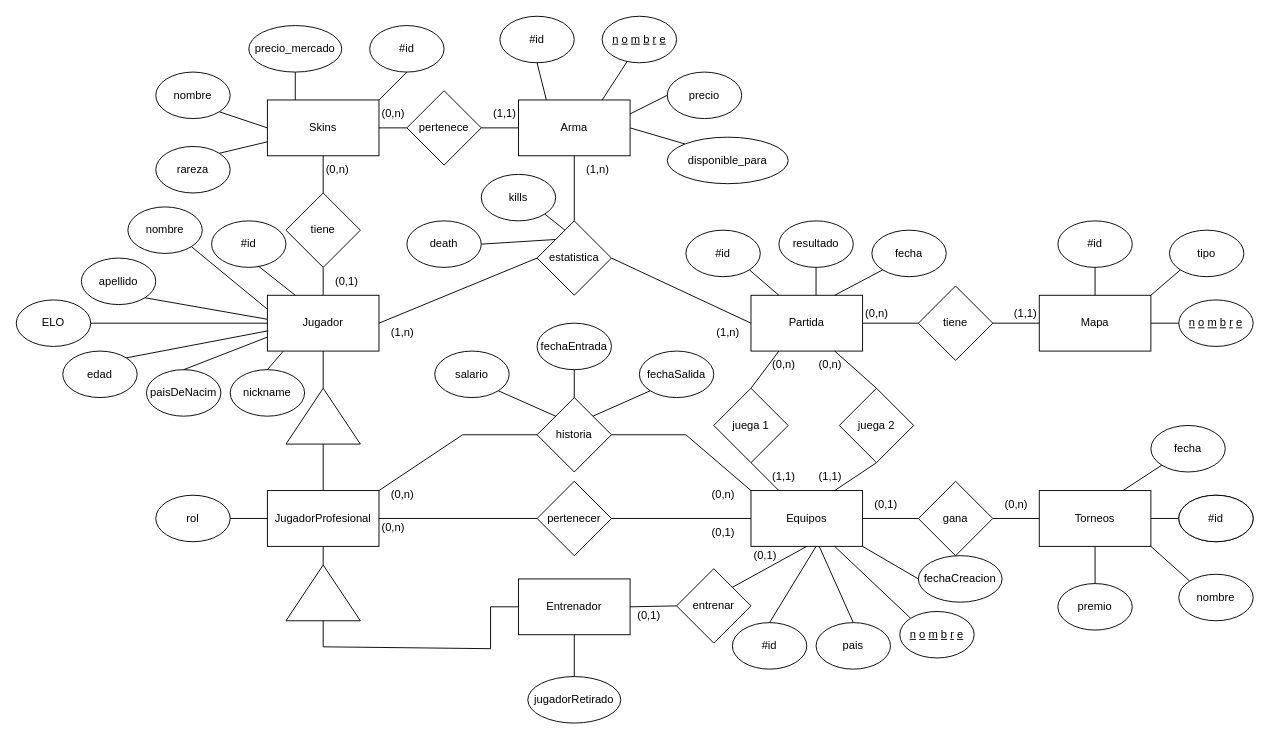
Earlier version of the draw.io diagram BD/PROYECTO FINAL/entidad relacion.drawio (krypton1312/AulaCampus). Source tidied: cells renumbered, new cells numbered last; positions are measured from the earlier drawing's top-left corner, leaving out a move shared by most shapes. Both pictures are drawn from the tidied source at 93%, with x=0, y=0 at pixel (16, 16).
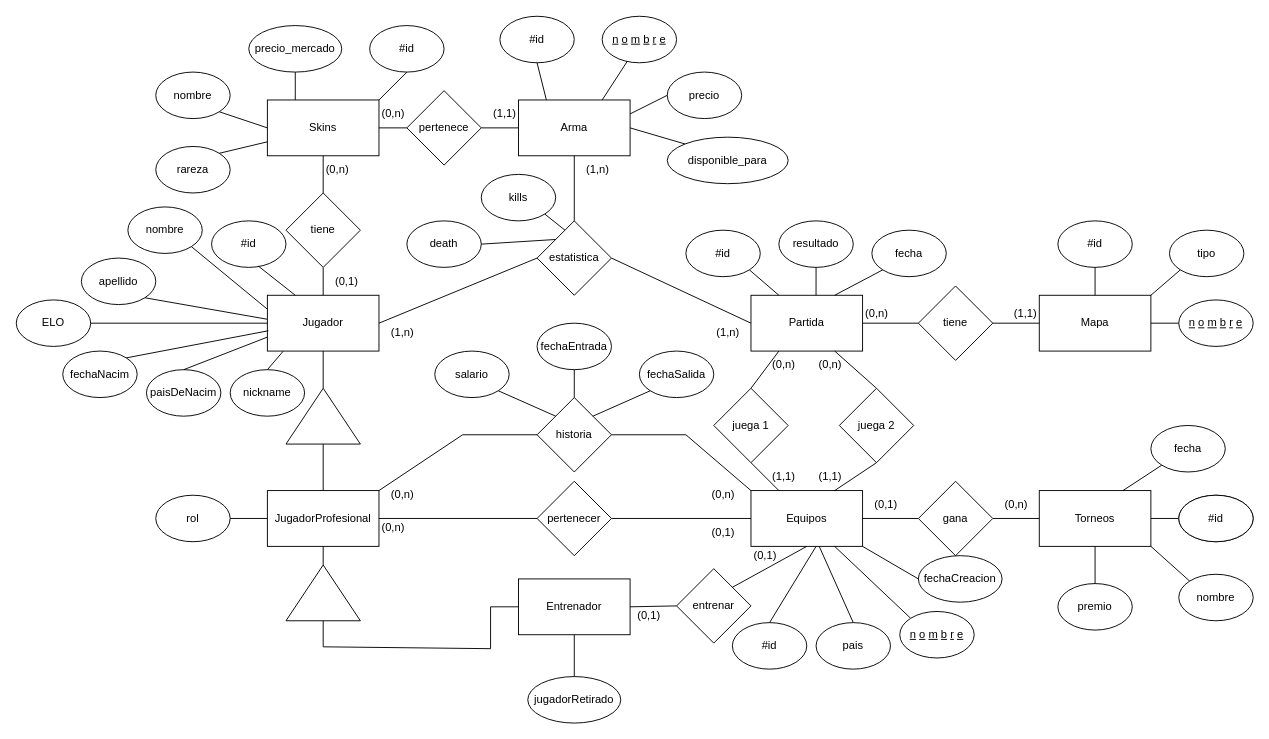
After the change.

What changed in the source:
```diff
@@
-    <mxCell id="43" value="edad" style="ellipse;whiteSpace=wrap;html=1;" parent="1" vertex="1">
+    <mxCell id="43" value="fechaNacim" style="ellipse;whiteSpace=wrap;html=1;" parent="1" vertex="1">
       <mxGeometry x="50" y="360" width="80" height="50" as="geometry" />
     </mxCell>
```
